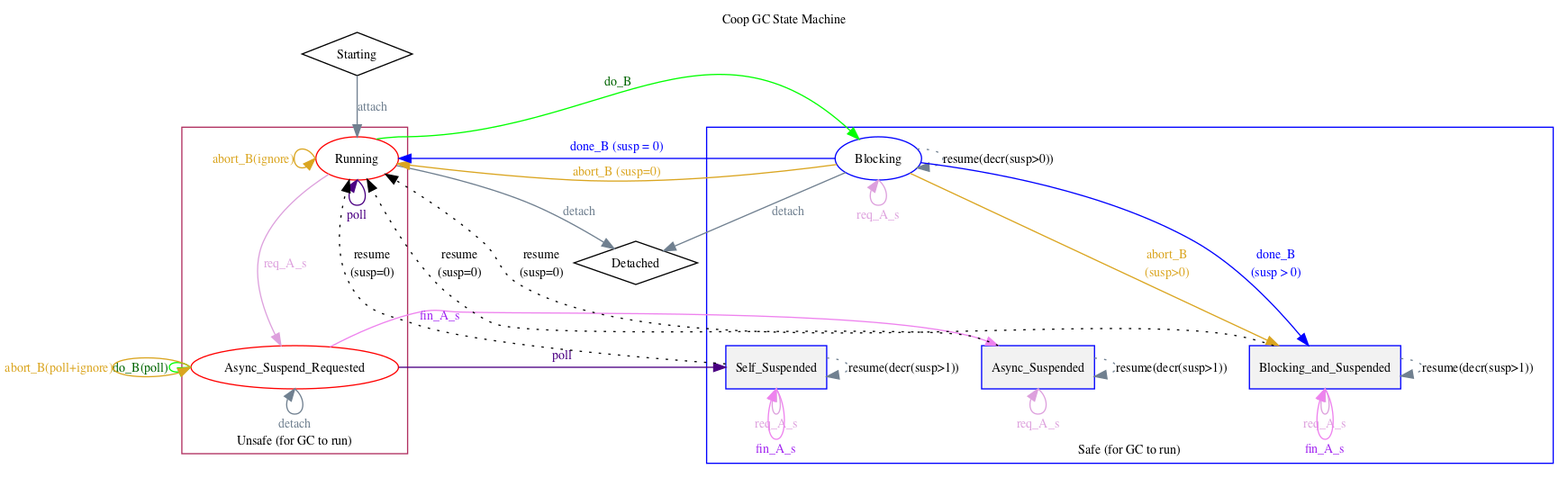
Before: docs/advanced/runtime/docs/coop-state-machine.png, a diagram exported from Graphviz (mono/website). Its source is kept beside it as docs/advanced/runtime/docs/coop-state-machine.dot.
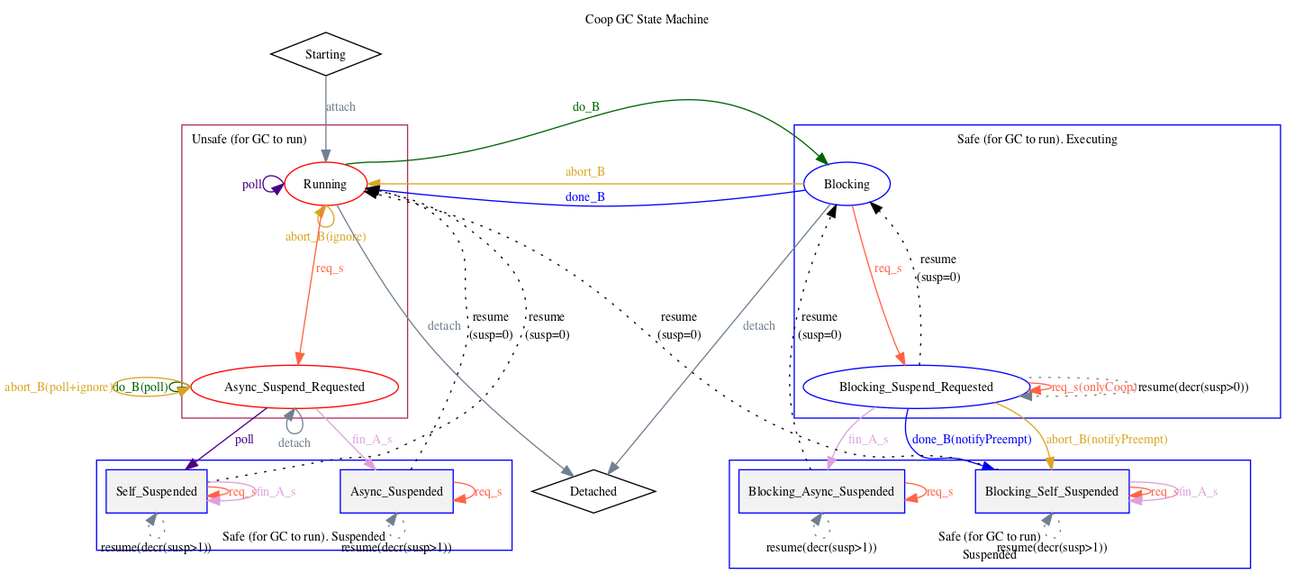
The same file after the commit.

Commit message:
[coop] Update state diagram for hybrid suspend

- Add the new req_s transition replacing req_A_s and Blocking_Suspend_Requested and
  Blocking_Async_Suspended states.
- Rename Blocking_and_Suspended to Blocking_Self_Suspended
- Break up the big "Safe" cluster into three separate clusters to
  make (non-)interaction clear.
- Code merged in
  https://github.com/mono/mono/commit/529e486e7883b28a2a4d914b58fdecfe77abc2de

Also update the state descriptions.

Change to the diagram source:
```diff
@@ -3,35 +3,54 @@
 	labelloc = "t"
 	remincross = true;
 
-	Starting [shape=diamond];
+	subgraph {
+		rank = "min";
+		Starting [shape=diamond];
+	};
 	subgraph cluster_Unsafe {
 		label = "Unsafe (for GC to run)" ;
-		labelloc = "b";
+		labelloc = "t";
+		labeljust = "l";
 		node [color = red];
 		color = maroon;
 		style = solid;
 		Running ;
 		Async_Suspend_Requested ;
 	} ;
-	subgraph cluster_Safe {
-		labelloc = "b";
-		label = "Safe (for GC to run)" ;
+	subgraph Safe {
 		node [color = blue];
 		color = blue;
 		style = solid;
-		Blocking ;
-		subgraph cluster_Suspended {
-			label = "" ;
-			style = invis;
+		subgraph cluster_SafeRunning {
+			label = "Safe (for GC to run). Executing";
+			labelloc = "t";
+
+			Blocking ;
+			Blocking_Suspend_Requested ;
+		};
+		subgraph {
 			node [shape = "rectangle", style = "filled", fillcolor = "grey95"];
+			subgraph cluster_SafeSuspendedFromRunning {
+				label = "Safe (for GC to run). Suspended";
+				labelloc = "b";
 
-			Async_Suspended ;
-			Self_Suspended ;
-			Blocking_and_Suspended;
+				Async_Suspended ;
+				Self_Suspended ;
+			};
+			subgraph cluster_SafeSuspenedFromBlocking {
+				label = "Safe (for GC to run)\nSuspended";
+				labelloc = "b";
+
+				Blocking_Self_Suspended;
+				Blocking_Async_Suspended;
+			};
 		};
-	} ;
+	};
 
-	Detached [shape=diamond] ;
+	subgraph {
+		rank = "max";
+		Detached [shape=diamond] ;
+	}
 
 	{
 		edge [label = "attach", color="slategrey", fontcolor="slategrey"];
@@ -45,58 +64,65 @@
 
 
 	{
-		edge [label = "do_B", color = "green", fontcolor="darkgreen"];
-		Running:ne -> Blocking:nw;
+		edge [label = "do_B", color = "darkgreen", fontcolor="darkgreen"];
+		Running:ne -> Blocking:nw [constraint = false];
 		Async_Suspend_Requested:w -> Async_Suspend_Requested:w [label = "do_B(poll)"];
 	}
 
 	{
 		edge [label = "abort_B", color = "goldenrod", fontcolor="goldenrod"];
-		Running:w -> Running:w [label="abort_B(ignore)"];
+		Running:s -> Running:s [label="abort_B(ignore)"];
 		Async_Suspend_Requested:w -> Async_Suspend_Requested:w [label="abort_B(poll+ignore)"];
-		Blocking -> Running [label = "abort_B (susp=0)", constraint = false];
-		Blocking -> Blocking_and_Suspended [label = "abort_B\n(susp>0)"];
+		Blocking -> Running [label = "abort_B", constraint = false];
+		Blocking_Suspend_Requested -> Blocking_Self_Suspended [label = "abort_B(notifyPreempt)" ];
 	}
 
 	{
 		edge [label = "done_B", color = "blue", fontcolor="blue"];
-		Blocking -> Running [label = "done_B (susp = 0)", constraint = false]
-		Blocking -> Blocking_and_Suspended [ label = "done_B\n(susp > 0)"];
+		Blocking -> Running [label = "done_B", constraint = false]
+		Blocking_Suspend_Requested -> Blocking_Self_Suspended [ label = "done_B(notifyPreempt)" ];
 	}
 
 	{
-		edge [label = "req_A_s", color="plum", fontcolor="plum"];
-		{ Running } -> Async_Suspend_Requested;
-		Async_Suspended:s -> Async_Suspended:s;
-		Self_Suspended:s -> Self_Suspended:s;
-		Blocking_and_Suspended:s -> Blocking_and_Suspended:s;
-		Blocking:s -> Blocking:s;
+		edge [label = "req_s", color="tomato", fontcolor="tomato"];
+		Running -> Async_Suspend_Requested;
+		Async_Suspended -> Async_Suspended;
+		Self_Suspended -> Self_Suspended;
+		Blocking_Self_Suspended -> Blocking_Self_Suspended;
+		Blocking -> Blocking_Suspend_Requested;
+		Blocking_Async_Suspended -> Blocking_Async_Suspended;
+		Blocking_Suspend_Requested -> Blocking_Suspend_Requested [label="req_s(onlyCoop)"];
 	}
 
 	{
 		edge [label = "poll", color="indigo", fontcolor="indigo"];
-		Running:s -> Running:s;
+		Running:w -> Running:w;
 		Async_Suspend_Requested -> Self_Suspended;
 	}
 
+
 	{
-		edge [label ="resume\n(susp=0)" style = "dotted"];
-		{ Async_Suspended Self_Suspended Blocking_and_Suspended } -> Running;
+		edge [label = "fin_A_s", color="plum", fontcolor="plum"];
+		Self_Suspended -> Self_Suspended;
+		Blocking_Self_Suspended -> Blocking_Self_Suspended;
+		Async_Suspend_Requested -> Async_Suspended;
+		Blocking_Suspend_Requested -> Blocking_Async_Suspended;
+        }
+
+	{
+		edge [label ="resume\n(susp=0)" style = "dotted", constraint = false];
+		Blocking_Async_Suspended -> Blocking [constraint = true];
+		{ Async_Suspended Self_Suspended } -> Running;
+		Blocking_Self_Suspended -> Running;
+		Blocking_Suspend_Requested -> Blocking;
 	}
 
 	{
 		edge [label = "resume(decr(susp>1))", style = "dotted", color="slategrey"]
-		Async_Suspended -> Async_Suspended;
-		Self_Suspended -> Self_Suspended;
-		Blocking_and_Suspended -> Blocking_and_Suspended;
-		Blocking -> Blocking [ label = "resume(decr(susp>0))"  ];
+		Async_Suspended:s -> Async_Suspended:s;
+		Self_Suspended:s -> Self_Suspended:s;
+		Blocking_Self_Suspended:s -> Blocking_Self_Suspended:s;
+		Blocking_Suspend_Requested -> Blocking_Suspend_Requested [ label = "resume(decr(susp>0))"  ];
+		Blocking_Async_Suspended:s -> Blocking_Async_Suspended:s;
 	}
-
-	{
-		edge [label = "fin_A_s", color="violet", fontcolor="purple"];
-		Self_Suspended:s -> Self_Suspended:s;
-		Blocking_and_Suspended:s -> Blocking_and_Suspended:s;
-		Async_Suspend_Requested -> Async_Suspended;
-        }
-
 }
```
